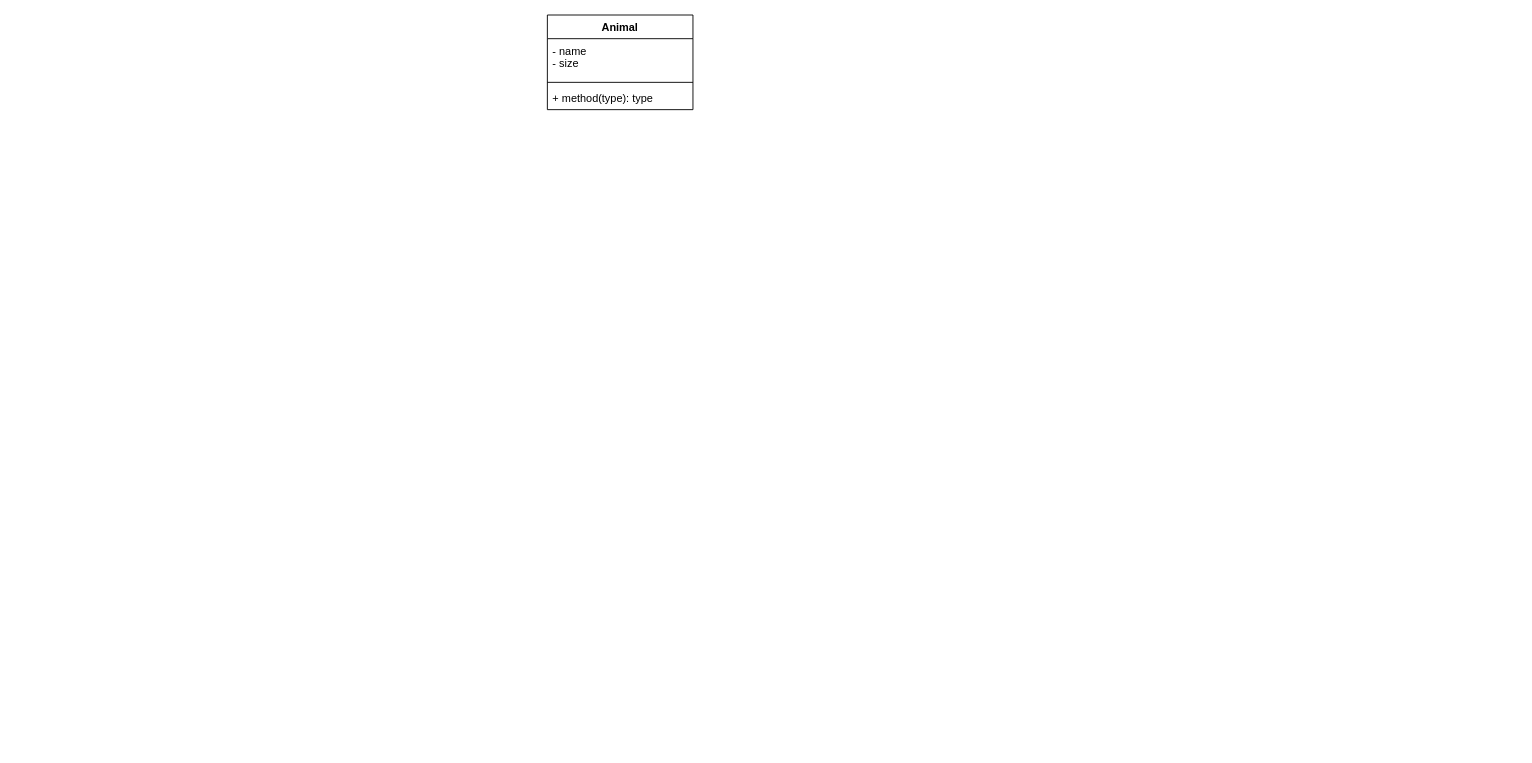
This is Animal.drawio from Hossein-MJafari/exercise-1, a draw.io file, before an edit. Source tidied: cells renumbered, new cells numbered last; positions are measured from the earlier drawing's top-left corner, leaving out a move shared by most shapes. Both pictures are drawn from the tidied source at 91%, with x=0, y=0 at pixel (547, 15).
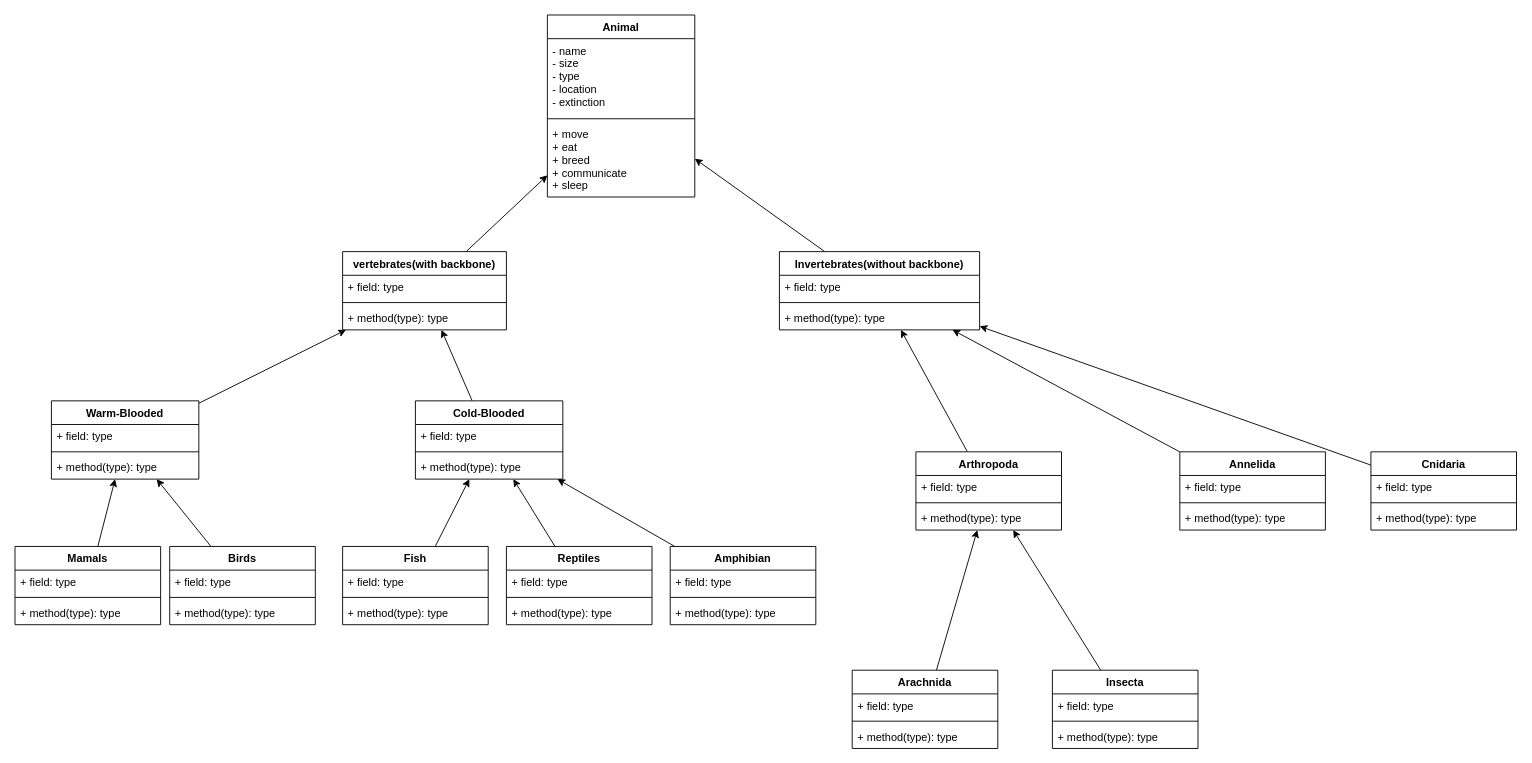
After the change.

Commit message:
Creating the basic form of the diagram.

As of now only name of the classes and simple parent/child relationships are defined.

Change to the diagram source:
```diff
@@
     <mxCell id="2" value="Animal" style="swimlane;fontStyle=1;align=center;verticalAlign=top;horizontal=1;startSize=26;" parent="1" vertex="1">
-      <mxGeometry width="160" height="104" as="geometry" />
+      <mxGeometry width="162" height="200" as="geometry" />
     </mxCell>
-    <mxCell id="3" value="- name&#10;- size" style="text;strokeColor=none;fillColor=none;align=left;verticalAlign=top;spacingLeft=4;spacingRight=4;overflow=hidden;" parent="2" vertex="1">
-      <mxGeometry y="26" width="160" height="44" as="geometry" />
+    <mxCell id="3" value="- name&#10;- size&#10;- type&#10;- location&#10;- extinction" style="text;strokeColor=none;fillColor=none;align=left;verticalAlign=top;spacingLeft=4;spacingRight=4;overflow=hidden;" parent="2" vertex="1">
+      <mxGeometry y="26" width="162" height="84" as="geometry" />
     </mxCell>
     <mxCell id="4" style="line;strokeWidth=1;fillColor=none;align=left;verticalAlign=middle;spacingTop=-1;spacingLeft=3;spacingRight=3;labelPosition=right;strokeColor=inherit;" parent="2" vertex="1">
-      <mxGeometry y="70" width="160" height="8" as="geometry" />
+      <mxGeometry y="110" width="162" height="8" as="geometry" />
     </mxCell>
-    <mxCell id="5" value="+ method(type): type" style="text;strokeColor=none;fillColor=none;align=left;verticalAlign=top;spacingLeft=4;spacingRight=4;overflow=hidden;" parent="2" vertex="1">
-      <mxGeometry y="78" width="160" height="26" as="geometry" />
+    <mxCell id="5" value="+ move&#10;+ eat&#10;+ breed&#10;+ communicate&#10;+ sleep" style="text;strokeColor=none;fillColor=none;align=left;verticalAlign=top;spacingLeft=4;spacingRight=4;overflow=hidden;" parent="2" vertex="1">
+      <mxGeometry y="118" width="162" height="82" as="geometry" />
     </mxCell>
+    <mxCell id="6" style="edgeStyle=none;html=1;" parent="1" edge="1" source="7" target="47">
+      <mxGeometry relative="1" as="geometry" />
+    </mxCell>
+    <mxCell id="7" value="Warm-Blooded" style="swimlane;fontStyle=1;align=center;verticalAlign=top;horizontal=1;startSize=26;" parent="1" vertex="1">
+      <mxGeometry x="-545" y="424" width="162" height="86" as="geometry" />
+    </mxCell>
+    <mxCell id="8" value="+ field: type" style="text;strokeColor=none;fillColor=none;align=left;verticalAlign=top;spacingLeft=4;spacingRight=4;overflow=hidden;" parent="7" vertex="1">
+      <mxGeometry y="26" width="162" height="26" as="geometry" />
+    </mxCell>
+    <mxCell id="9" style="line;strokeWidth=1;fillColor=none;align=left;verticalAlign=middle;spacingTop=-1;spacingLeft=3;spacingRight=3;labelPosition=right;strokeColor=inherit;" parent="7" vertex="1">
+      <mxGeometry y="52" width="162" height="8" as="geometry" />
+    </mxCell>
+    <mxCell id="10" value="+ method(type): type" style="text;strokeColor=none;fillColor=none;align=left;verticalAlign=top;spacingLeft=4;spacingRight=4;overflow=hidden;" parent="7" vertex="1">
+      <mxGeometry y="60" width="162" height="26" as="geometry" />
+    </mxCell>
+    <mxCell id="11" style="edgeStyle=none;html=1;" parent="1" edge="1" source="12" target="47">
+      <mxGeometry relative="1" as="geometry" />
+    </mxCell>
+    <mxCell id="12" value="Cold-Blooded" style="swimlane;fontStyle=1;align=center;verticalAlign=top;horizontal=1;startSize=26;" parent="1" vertex="1">
+      <mxGeometry x="-145" y="424" width="162" height="86" as="geometry" />
+    </mxCell>
+    <mxCell id="13" value="+ field: type" style="text;strokeColor=none;fillColor=none;align=left;verticalAlign=top;spacingLeft=4;spacingRight=4;overflow=hidden;" parent="12" vertex="1">
+      <mxGeometry y="26" width="162" height="26" as="geometry" />
+    </mxCell>
+    <mxCell id="14" style="line;strokeWidth=1;fillColor=none;align=left;verticalAlign=middle;spacingTop=-1;spacingLeft=3;spacingRight=3;labelPosition=right;strokeColor=inherit;" parent="12" vertex="1">
+      <mxGeometry y="52" width="162" height="8" as="geometry" />
+    </mxCell>
+    <mxCell id="15" value="+ method(type): type" style="text;strokeColor=none;fillColor=none;align=left;verticalAlign=top;spacingLeft=4;spacingRight=4;overflow=hidden;" parent="12" vertex="1">
+      <mxGeometry y="60" width="162" height="26" as="geometry" />
+    </mxCell>
+    <mxCell id="16" style="edgeStyle=none;html=1;" parent="1" edge="1" source="17" target="7">
+      <mxGeometry relative="1" as="geometry" />
+    </mxCell>
+    <mxCell id="17" value="Mamals" style="swimlane;fontStyle=1;align=center;verticalAlign=top;horizontal=1;startSize=26;" parent="1" vertex="1">
+      <mxGeometry x="-585" y="584" width="160" height="86" as="geometry" />
+    </mxCell>
+    <mxCell id="18" value="+ field: type" style="text;strokeColor=none;fillColor=none;align=left;verticalAlign=top;spacingLeft=4;spacingRight=4;overflow=hidden;" parent="17" vertex="1">
+      <mxGeometry y="26" width="160" height="26" as="geometry" />
+    </mxCell>
+    <mxCell id="19" style="line;strokeWidth=1;fillColor=none;align=left;verticalAlign=middle;spacingTop=-1;spacingLeft=3;spacingRight=3;labelPosition=right;strokeColor=inherit;" parent="17" vertex="1">
+      <mxGeometry y="52" width="160" height="8" as="geometry" />
+    </mxCell>
+    <mxCell id="20" value="+ method(type): type" style="text;strokeColor=none;fillColor=none;align=left;verticalAlign=top;spacingLeft=4;spacingRight=4;overflow=hidden;" parent="17" vertex="1">
+      <mxGeometry y="60" width="160" height="26" as="geometry" />
+    </mxCell>
+    <mxCell id="21" style="edgeStyle=none;html=1;" parent="1" edge="1" source="22" target="7">
+      <mxGeometry relative="1" as="geometry" />
+    </mxCell>
+    <mxCell id="22" value="Birds" style="swimlane;fontStyle=1;align=center;verticalAlign=top;horizontal=1;startSize=26;" parent="1" vertex="1">
+      <mxGeometry x="-415" y="584" width="160" height="86" as="geometry" />
+    </mxCell>
+    <mxCell id="23" value="+ field: type" style="text;strokeColor=none;fillColor=none;align=left;verticalAlign=top;spacingLeft=4;spacingRight=4;overflow=hidden;" parent="22" vertex="1">
+      <mxGeometry y="26" width="160" height="26" as="geometry" />
+    </mxCell>
+    <mxCell id="24" style="line;strokeWidth=1;fillColor=none;align=left;verticalAlign=middle;spacingTop=-1;spacingLeft=3;spacingRight=3;labelPosition=right;strokeColor=inherit;" parent="22" vertex="1">
+      <mxGeometry y="52" width="160" height="8" as="geometry" />
+    </mxCell>
+    <mxCell id="25" value="+ method(type): type" style="text;strokeColor=none;fillColor=none;align=left;verticalAlign=top;spacingLeft=4;spacingRight=4;overflow=hidden;" parent="22" vertex="1">
+      <mxGeometry y="60" width="160" height="26" as="geometry" />
+    </mxCell>
+    <mxCell id="26" style="edgeStyle=none;html=1;" parent="1" edge="1" source="27" target="12">
+      <mxGeometry relative="1" as="geometry" />
+    </mxCell>
+    <mxCell id="27" value="Fish" style="swimlane;fontStyle=1;align=center;verticalAlign=top;horizontal=1;startSize=26;" parent="1" vertex="1">
+      <mxGeometry x="-225" y="584" width="160" height="86" as="geometry" />
+    </mxCell>
+    <mxCell id="28" value="+ field: type" style="text;strokeColor=none;fillColor=none;align=left;verticalAlign=top;spacingLeft=4;spacingRight=4;overflow=hidden;" parent="27" vertex="1">
+      <mxGeometry y="26" width="160" height="26" as="geometry" />
+    </mxCell>
+    <mxCell id="29" style="line;strokeWidth=1;fillColor=none;align=left;verticalAlign=middle;spacingTop=-1;spacingLeft=3;spacingRight=3;labelPosition=right;strokeColor=inherit;" parent="27" vertex="1">
+      <mxGeometry y="52" width="160" height="8" as="geometry" />
+    </mxCell>
+    <mxCell id="30" value="+ method(type): type" style="text;strokeColor=none;fillColor=none;align=left;verticalAlign=top;spacingLeft=4;spacingRight=4;overflow=hidden;" parent="27" vertex="1">
+      <mxGeometry y="60" width="160" height="26" as="geometry" />
+    </mxCell>
+    <mxCell id="31" style="edgeStyle=none;html=1;" parent="1" edge="1" source="32" target="12">
+      <mxGeometry relative="1" as="geometry" />
+    </mxCell>
+    <mxCell id="32" value="Reptiles" style="swimlane;fontStyle=1;align=center;verticalAlign=top;horizontal=1;startSize=26;" parent="1" vertex="1">
+      <mxGeometry x="-45" y="584" width="160" height="86" as="geometry" />
+    </mxCell>
+    <mxCell id="33" value="+ field: type" style="text;strokeColor=none;fillColor=none;align=left;verticalAlign=top;spacingLeft=4;spacingRight=4;overflow=hidden;" parent="32" vertex="1">
+      <mxGeometry y="26" width="160" height="26" as="geometry" />
+    </mxCell>
+    <mxCell id="34" style="line;strokeWidth=1;fillColor=none;align=left;verticalAlign=middle;spacingTop=-1;spacingLeft=3;spacingRight=3;labelPosition=right;strokeColor=inherit;" parent="32" vertex="1">
+      <mxGeometry y="52" width="160" height="8" as="geometry" />
+    </mxCell>
+    <mxCell id="35" value="+ method(type): type" style="text;strokeColor=none;fillColor=none;align=left;verticalAlign=top;spacingLeft=4;spacingRight=4;overflow=hidden;" parent="32" vertex="1">
+      <mxGeometry y="60" width="160" height="26" as="geometry" />
+    </mxCell>
+    <mxCell id="36" style="edgeStyle=none;html=1;" parent="1" edge="1" source="37" target="12">
+      <mxGeometry relative="1" as="geometry" />
+    </mxCell>
+    <mxCell id="37" value="Amphibian" style="swimlane;fontStyle=1;align=center;verticalAlign=top;horizontal=1;startSize=26;" parent="1" vertex="1">
+      <mxGeometry x="135" y="584" width="160" height="86" as="geometry" />
+    </mxCell>
+    <mxCell id="38" value="+ field: type" style="text;strokeColor=none;fillColor=none;align=left;verticalAlign=top;spacingLeft=4;spacingRight=4;overflow=hidden;" parent="37" vertex="1">
+      <mxGeometry y="26" width="160" height="26" as="geometry" />
+    </mxCell>
+    <mxCell id="39" style="line;strokeWidth=1;fillColor=none;align=left;verticalAlign=middle;spacingTop=-1;spacingLeft=3;spacingRight=3;labelPosition=right;strokeColor=inherit;" parent="37" vertex="1">
+      <mxGeometry y="52" width="160" height="8" as="geometry" />
+    </mxCell>
+    <mxCell id="40" value="+ method(type): type" style="text;strokeColor=none;fillColor=none;align=left;verticalAlign=top;spacingLeft=4;spacingRight=4;overflow=hidden;" parent="37" vertex="1">
+      <mxGeometry y="60" width="160" height="26" as="geometry" />
+    </mxCell>
+    <mxCell id="41" style="edgeStyle=none;html=1;" parent="1" edge="1" source="42" target="2">
+      <mxGeometry relative="1" as="geometry" />
+    </mxCell>
+    <mxCell id="42" value="Invertebrates(without backbone)" style="swimlane;fontStyle=1;align=center;verticalAlign=top;horizontal=1;startSize=26;" parent="1" vertex="1">
+      <mxGeometry x="255" y="260" width="220" height="86" as="geometry" />
+    </mxCell>
+    <mxCell id="43" value="+ field: type" style="text;strokeColor=none;fillColor=none;align=left;verticalAlign=top;spacingLeft=4;spacingRight=4;overflow=hidden;" parent="42" vertex="1">
+      <mxGeometry y="26" width="220" height="26" as="geometry" />
+    </mxCell>
+    <mxCell id="44" style="line;strokeWidth=1;fillColor=none;align=left;verticalAlign=middle;spacingTop=-1;spacingLeft=3;spacingRight=3;labelPosition=right;strokeColor=inherit;" parent="42" vertex="1">
+      <mxGeometry y="52" width="220" height="8" as="geometry" />
+    </mxCell>
+    <mxCell id="45" value="+ method(type): type" style="text;strokeColor=none;fillColor=none;align=left;verticalAlign=top;spacingLeft=4;spacingRight=4;overflow=hidden;" parent="42" vertex="1">
+      <mxGeometry y="60" width="220" height="26" as="geometry" />
+    </mxCell>
+    <mxCell id="46" style="edgeStyle=none;html=1;" parent="1" edge="1" source="47" target="2">
+      <mxGeometry relative="1" as="geometry" />
+    </mxCell>
+    <mxCell id="47" value="vertebrates(with backbone)" style="swimlane;fontStyle=1;align=center;verticalAlign=top;horizontal=1;startSize=26;" parent="1" vertex="1">
+      <mxGeometry x="-225" y="260" width="180" height="86" as="geometry" />
+    </mxCell>
+    <mxCell id="48" value="+ field: type" style="text;strokeColor=none;fillColor=none;align=left;verticalAlign=top;spacingLeft=4;spacingRight=4;overflow=hidden;" parent="47" vertex="1">
+      <mxGeometry y="26" width="180" height="26" as="geometry" />
+    </mxCell>
+    <mxCell id="49" style="line;strokeWidth=1;fillColor=none;align=left;verticalAlign=middle;spacingTop=-1;spacingLeft=3;spacingRight=3;labelPosition=right;strokeColor=inherit;" parent="47" vertex="1">
+      <mxGeometry y="52" width="180" height="8" as="geometry" />
+    </mxCell>
+    <mxCell id="50" value="+ method(type): type" style="text;strokeColor=none;fillColor=none;align=left;verticalAlign=top;spacingLeft=4;spacingRight=4;overflow=hidden;" parent="47" vertex="1">
+      <mxGeometry y="60" width="180" height="26" as="geometry" />
+    </mxCell>
+    <mxCell id="51" style="edgeStyle=none;html=1;" parent="1" edge="1" source="52" target="42">
+      <mxGeometry relative="1" as="geometry" />
+    </mxCell>
+    <mxCell id="52" value="Arthropoda" style="swimlane;fontStyle=1;align=center;verticalAlign=top;horizontal=1;startSize=26;" parent="1" vertex="1">
+      <mxGeometry x="405" y="480" width="160" height="86" as="geometry" />
+    </mxCell>
+    <mxCell id="53" value="+ field: type" style="text;strokeColor=none;fillColor=none;align=left;verticalAlign=top;spacingLeft=4;spacingRight=4;overflow=hidden;" parent="52" vertex="1">
+      <mxGeometry y="26" width="160" height="26" as="geometry" />
+    </mxCell>
+    <mxCell id="54" style="line;strokeWidth=1;fillColor=none;align=left;verticalAlign=middle;spacingTop=-1;spacingLeft=3;spacingRight=3;labelPosition=right;strokeColor=inherit;" parent="52" vertex="1">
+      <mxGeometry y="52" width="160" height="8" as="geometry" />
+    </mxCell>
+    <mxCell id="55" value="+ method(type): type" style="text;strokeColor=none;fillColor=none;align=left;verticalAlign=top;spacingLeft=4;spacingRight=4;overflow=hidden;" parent="52" vertex="1">
+      <mxGeometry y="60" width="160" height="26" as="geometry" />
+    </mxCell>
+    <mxCell id="56" style="edgeStyle=none;html=1;" parent="1" edge="1" source="57" target="52">
+      <mxGeometry relative="1" as="geometry" />
+    </mxCell>
+    <mxCell id="57" value="Arachnida" style="swimlane;fontStyle=1;align=center;verticalAlign=top;horizontal=1;startSize=26;" parent="1" vertex="1">
+      <mxGeometry x="335" y="720" width="160" height="86" as="geometry" />
+    </mxCell>
+    <mxCell id="58" value="+ field: type" style="text;strokeColor=none;fillColor=none;align=left;verticalAlign=top;spacingLeft=4;spacingRight=4;overflow=hidden;" parent="57" vertex="1">
+      <mxGeometry y="26" width="160" height="26" as="geometry" />
+    </mxCell>
+    <mxCell id="59" style="line;strokeWidth=1;fillColor=none;align=left;verticalAlign=middle;spacingTop=-1;spacingLeft=3;spacingRight=3;labelPosition=right;strokeColor=inherit;" parent="57" vertex="1">
+      <mxGeometry y="52" width="160" height="8" as="geometry" />
+    </mxCell>
+    <mxCell id="60" value="+ method(type): type" style="text;strokeColor=none;fillColor=none;align=left;verticalAlign=top;spacingLeft=4;spacingRight=4;overflow=hidden;" parent="57" vertex="1">
+      <mxGeometry y="60" width="160" height="26" as="geometry" />
+    </mxCell>
+    <mxCell id="61" style="edgeStyle=none;html=1;" parent="1" edge="1" source="62" target="52">
+      <mxGeometry relative="1" as="geometry" />
+    </mxCell>
+    <mxCell id="62" value="Insecta" style="swimlane;fontStyle=1;align=center;verticalAlign=top;horizontal=1;startSize=26;" parent="1" vertex="1">
+      <mxGeometry x="555" y="720" width="160" height="86" as="geometry" />
+    </mxCell>
+    <mxCell id="63" value="+ field: type" style="text;strokeColor=none;fillColor=none;align=left;verticalAlign=top;spacingLeft=4;spacingRight=4;overflow=hidden;" parent="62" vertex="1">
+      <mxGeometry y="26" width="160" height="26" as="geometry" />
+    </mxCell>
+    <mxCell id="64" style="line;strokeWidth=1;fillColor=none;align=left;verticalAlign=middle;spacingTop=-1;spacingLeft=3;spacingRight=3;labelPosition=right;strokeColor=inherit;" parent="62" vertex="1">
+      <mxGeometry y="52" width="160" height="8" as="geometry" />
+    </mxCell>
+    <mxCell id="65" value="+ method(type): type" style="text;strokeColor=none;fillColor=none;align=left;verticalAlign=top;spacingLeft=4;spacingRight=4;overflow=hidden;" parent="62" vertex="1">
+      <mxGeometry y="60" width="160" height="26" as="geometry" />
+    </mxCell>
+    <mxCell id="66" style="edgeStyle=none;html=1;" parent="1" edge="1" source="67" target="42">
+      <mxGeometry relative="1" as="geometry" />
+    </mxCell>
+    <mxCell id="67" value="Annelida" style="swimlane;fontStyle=1;align=center;verticalAlign=top;horizontal=1;startSize=26;" parent="1" vertex="1">
+      <mxGeometry x="695" y="480" width="160" height="86" as="geometry" />
+    </mxCell>
+    <mxCell id="68" value="+ field: type" style="text;strokeColor=none;fillColor=none;align=left;verticalAlign=top;spacingLeft=4;spacingRight=4;overflow=hidden;" parent="67" vertex="1">
+      <mxGeometry y="26" width="160" height="26" as="geometry" />
+    </mxCell>
+    <mxCell id="69" style="line;strokeWidth=1;fillColor=none;align=left;verticalAlign=middle;spacingTop=-1;spacingLeft=3;spacingRight=3;labelPosition=right;strokeColor=inherit;" parent="67" vertex="1">
+      <mxGeometry y="52" width="160" height="8" as="geometry" />
+    </mxCell>
+    <mxCell id="70" value="+ method(type): type" style="text;strokeColor=none;fillColor=none;align=left;verticalAlign=top;spacingLeft=4;spacingRight=4;overflow=hidden;" parent="67" vertex="1">
+      <mxGeometry y="60" width="160" height="26" as="geometry" />
+    </mxCell>
+    <mxCell id="71" style="edgeStyle=none;html=1;" parent="1" edge="1" source="72" target="42">
+      <mxGeometry relative="1" as="geometry" />
+    </mxCell>
+    <mxCell id="72" value="Cnidaria" style="swimlane;fontStyle=1;align=center;verticalAlign=top;horizontal=1;startSize=26;" parent="1" vertex="1">
+      <mxGeometry x="905" y="480" width="160" height="86" as="geometry" />
+    </mxCell>
+    <mxCell id="73" value="+ field: type" style="text;strokeColor=none;fillColor=none;align=left;verticalAlign=top;spacingLeft=4;spacingRight=4;overflow=hidden;" parent="72" vertex="1">
+      <mxGeometry y="26" width="160" height="26" as="geometry" />
+    </mxCell>
+    <mxCell id="74" style="line;strokeWidth=1;fillColor=none;align=left;verticalAlign=middle;spacingTop=-1;spacingLeft=3;spacingRight=3;labelPosition=right;strokeColor=inherit;" parent="72" vertex="1">
+      <mxGeometry y="52" width="160" height="8" as="geometry" />
+    </mxCell>
+    <mxCell id="75" value="+ method(type): type" style="text;strokeColor=none;fillColor=none;align=left;verticalAlign=top;spacingLeft=4;spacingRight=4;overflow=hidden;" parent="72" vertex="1">
+      <mxGeometry y="60" width="160" height="26" as="geometry" />
+    </mxCell>
```
